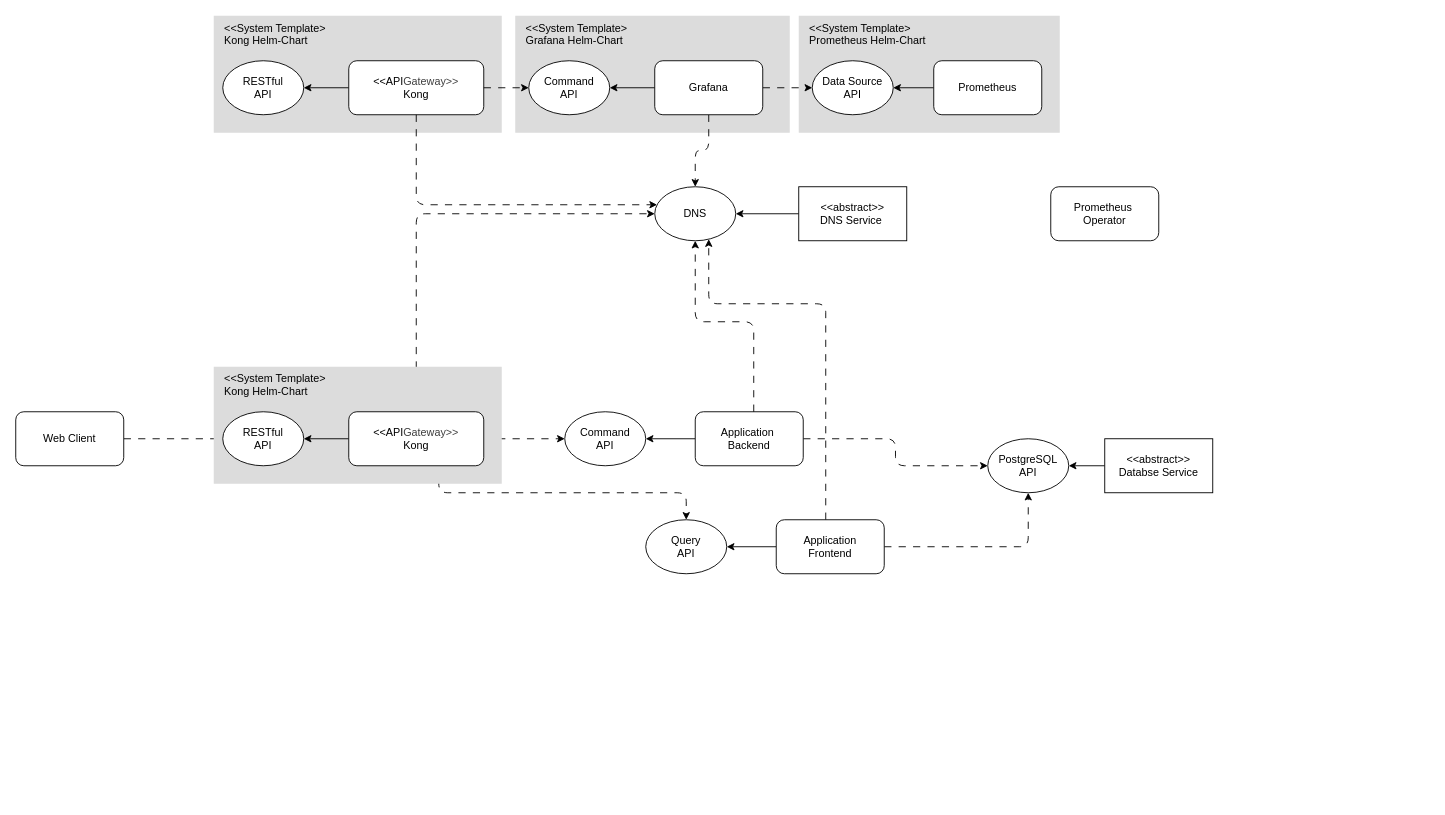
Before: page "p1 complex system (Instance View)" (5 of 6) of content/docs/model/images/model-entities.drawio in emeland-io/book, a draw.io diagram. Source tidied: cells renumbered, new cells numbered last; positions are measured from the earlier drawing's top-left corner, leaving out a move shared by most shapes. Both pictures are drawn from the tidied source at 90%, with x=0, y=0 at pixel (15, 15).
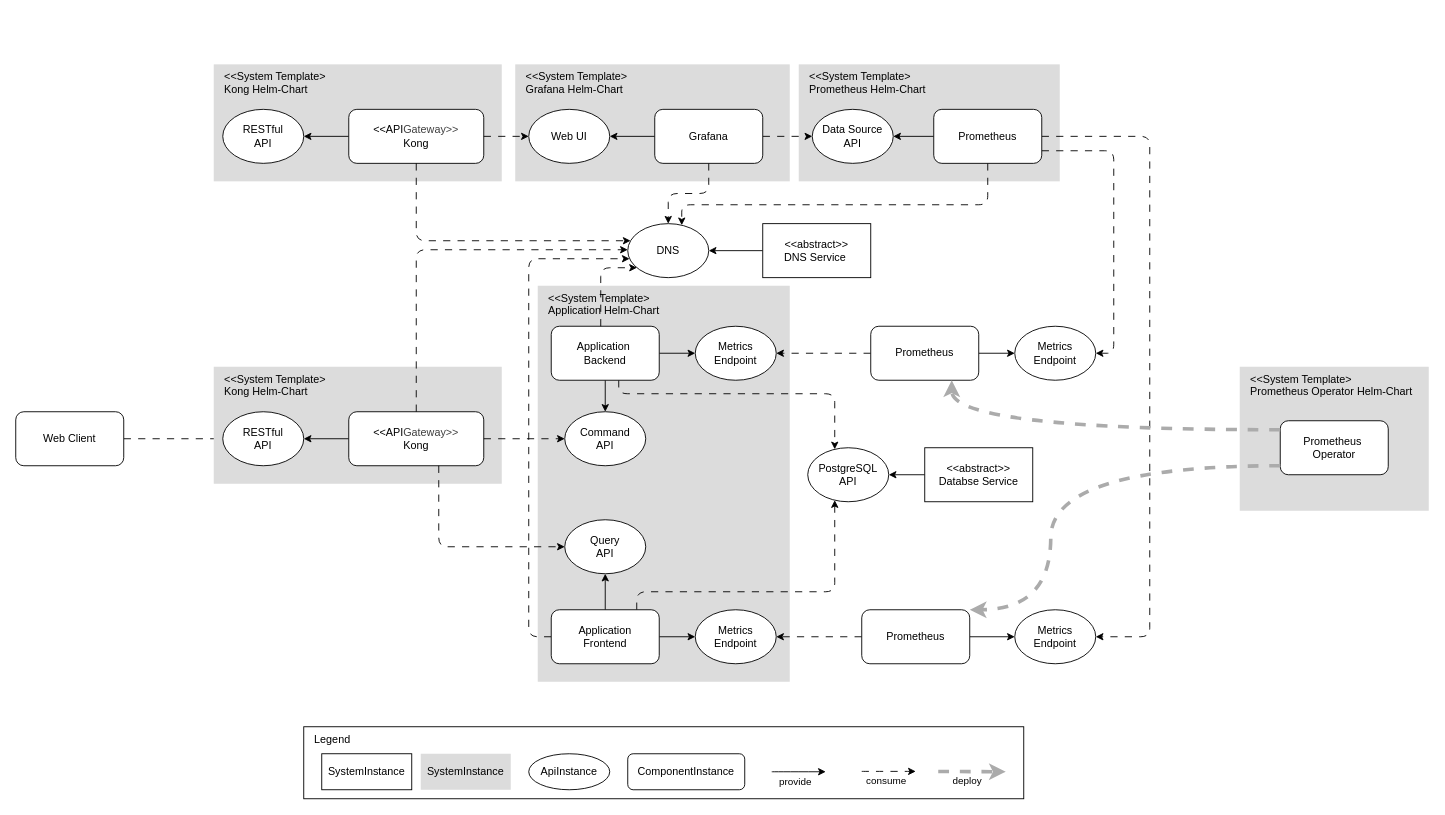
After the change.

Commit message:
start work on digramm of complex system

The change refers to these unchanged cells:
```xml
<mxCell id="18" value="Command&lt;div&gt;API&lt;/div&gt;" style="ellipse;whiteSpace=wrap;html=1;" parent="1" vertex="1">
  <mxGeometry x="610" y="440" width="90" height="60" as="geometry" />
</mxCell>
<mxCell id="31" value="&amp;lt;&amp;lt;API&lt;span style=&quot;color: rgb(63, 63, 63); background-color: transparent;&quot;&gt;Gateway&amp;gt;&amp;gt;&lt;/span&gt;&lt;div&gt;Kong&lt;/div&gt;" style="rounded=1;whiteSpace=wrap;html=1;" parent="28" vertex="1">
  <mxGeometry x="150" y="50" width="150" height="60" as="geometry" />
</mxCell>
<mxCell id="36" value="&amp;lt;&amp;lt;API&lt;span style=&quot;color: rgb(63, 63, 63); background-color: transparent;&quot;&gt;Gateway&amp;gt;&amp;gt;&lt;/span&gt;&lt;div&gt;Kong&lt;/div&gt;" style="rounded=1;whiteSpace=wrap;html=1;" parent="33" vertex="1">
  <mxGeometry x="150" y="50" width="150" height="60" as="geometry" />
</mxCell>
```

What changed in the source:
```diff
@@
+    <mxCell id="46" value="Legend" style="rounded=0;whiteSpace=wrap;html=1;align=left;verticalAlign=top;spacingLeft=10;" parent="1" vertex="1">
+      <mxGeometry x="320" y="790" width="800" height="80" as="geometry" />
+    </mxCell>
+    <mxCell id="47" value="&amp;lt;&amp;lt;System Template&amp;gt;&lt;br&gt;Application Helm-Chart" style="rounded=0;whiteSpace=wrap;html=1;align=left;verticalAlign=top;fillColor=#DCDCDC;gradientColor=none;strokeColor=none;spacingLeft=10;" parent="1" vertex="1">
+      <mxGeometry x="580" y="300" width="280" height="440" as="geometry" />
+    </mxCell>
     <mxCell id="2" value="&amp;lt;&amp;lt;System Template&amp;gt;&lt;br&gt;Prometheus Helm-Chart" style="rounded=0;whiteSpace=wrap;html=1;align=left;verticalAlign=top;fillColor=#DCDCDC;gradientColor=none;strokeColor=none;spacingLeft=10;" parent="1" vertex="1">
-      <mxGeometry x="870" width="290" height="130" as="geometry" />
+      <mxGeometry x="870" y="54" width="290" height="130" as="geometry" />
     </mxCell>
     <mxCell id="3" value="&amp;lt;&amp;lt;System Template&amp;gt;&lt;br&gt;Grafana Helm-Chart" style="rounded=0;whiteSpace=wrap;html=1;align=left;verticalAlign=top;fillColor=#DCDCDC;gradientColor=none;strokeColor=none;spacingLeft=10;" parent="1" vertex="1">
-      <mxGeometry x="555" width="305" height="130" as="geometry" />
+      <mxGeometry x="555" y="54" width="305" height="130" as="geometry" />
     </mxCell>
@@
     <mxCell id="5" value="&amp;lt;&amp;lt;abstract&amp;gt;&amp;gt;&lt;div&gt;DNS Service&amp;nbsp;&lt;/div&gt;" style="rounded=0;whiteSpace=wrap;html=1;" parent="1" vertex="1">
-      <mxGeometry x="870" y="190" width="120" height="60" as="geometry" />
+      <mxGeometry x="830" y="231" width="120" height="60" as="geometry" />
     </mxCell>
@@
+    <mxCell id="48" style="edgeStyle=orthogonalEdgeStyle;html=1;dashed=1;dashPattern=8 8;" parent="1" edge="1" source="7" target="22">
+      <mxGeometry relative="1" as="geometry">
+        <Array as="points">
+          <mxPoint x="1080" y="210" />
+          <mxPoint x="740" y="210" />
+        </Array>
+      </mxGeometry>
+    </mxCell>
+    <mxCell id="49" style="edgeStyle=orthogonalEdgeStyle;html=1;dashed=1;dashPattern=8 8;" parent="1" edge="1" source="7" target="61">
+      <mxGeometry relative="1" as="geometry">
+        <Array as="points">
+          <mxPoint x="1220" y="150" />
+          <mxPoint x="1220" y="375" />
+        </Array>
+      </mxGeometry>
+    </mxCell>
+    <mxCell id="50" style="edgeStyle=orthogonalEdgeStyle;html=1;dashed=1;dashPattern=8 8;" parent="1" edge="1" source="7" target="62">
+      <mxGeometry relative="1" as="geometry">
+        <Array as="points">
+          <mxPoint x="1260" y="134" />
+          <mxPoint x="1260" y="690" />
+        </Array>
+      </mxGeometry>
+    </mxCell>
     <mxCell id="7" value="Prometheus" style="rounded=1;whiteSpace=wrap;html=1;" parent="1" vertex="1">
-      <mxGeometry x="1020" y="50" width="120" height="60" as="geometry" />
+      <mxGeometry x="1020" y="104" width="120" height="60" as="geometry" />
     </mxCell>
@@
     <mxCell id="9" style="edgeStyle=orthogonalEdgeStyle;html=1;dashed=1;dashPattern=8 8;jumpStyle=gap;jumpSize=12;" parent="1" edge="1" source="10" target="44">
-      <mxGeometry relative="1" as="geometry" />
+      <mxGeometry relative="1" as="geometry">
+        <Array as="points">
+          <mxPoint x="670" y="420" />
+          <mxPoint x="910" y="420" />
+        </Array>
+      </mxGeometry>
     </mxCell>
+    <mxCell id="51" style="edgeStyle=orthogonalEdgeStyle;html=1;" parent="1" edge="1" source="10" target="54">
+      <mxGeometry relative="1" as="geometry">
+        <Array as="points">
+          <mxPoint x="760" y="360" />
+          <mxPoint x="760" y="360" />
+        </Array>
+      </mxGeometry>
+    </mxCell>
     <mxCell id="10" value="Application&amp;nbsp;&lt;div&gt;Backend&lt;/div&gt;" style="rounded=1;whiteSpace=wrap;html=1;" parent="1" vertex="1">
-      <mxGeometry x="755" y="440" width="120" height="60" as="geometry" />
+      <mxGeometry x="595" y="345" width="120" height="60" as="geometry" />
     </mxCell>
-    <mxCell id="11" style="edgeStyle=none;html=1;" parent="1" edge="1" source="14" target="21">
+    <mxCell id="11" style="edgeStyle=orthogonalEdgeStyle;html=1;" parent="1" edge="1" source="14" target="21">
       <mxGeometry relative="1" as="geometry" />
     </mxCell>
     <mxCell id="12" style="edgeStyle=orthogonalEdgeStyle;html=1;dashed=1;dashPattern=8 8;jumpSize=12;" parent="1" edge="1" source="14" target="22">
       <mxGeometry relative="1" as="geometry">
         <Array as="points">
-          <mxPoint x="900" y="320" />
-          <mxPoint x="770" y="320" />
+          <mxPoint x="570" y="690" />
+          <mxPoint x="570" y="270" />
         </Array>
       </mxGeometry>
     </mxCell>
     <mxCell id="13" style="edgeStyle=orthogonalEdgeStyle;html=1;dashed=1;dashPattern=8 8;jumpStyle=gap;jumpSize=12;" parent="1" edge="1" source="14" target="44">
-      <mxGeometry relative="1" as="geometry" />
+      <mxGeometry relative="1" as="geometry">
+        <Array as="points">
+          <mxPoint x="690" y="640" />
+          <mxPoint x="910" y="640" />
+        </Array>
+      </mxGeometry>
     </mxCell>
+    <mxCell id="52" style="edgeStyle=orthogonalEdgeStyle;html=1;" parent="1" edge="1" source="14" target="53">
+      <mxGeometry relative="1" as="geometry" />
+    </mxCell>
     <mxCell id="14" value="Application&lt;div&gt;Frontend&lt;/div&gt;" style="rounded=1;whiteSpace=wrap;html=1;" parent="1" vertex="1">
-      <mxGeometry x="845" y="560" width="120" height="60" as="geometry" />
+      <mxGeometry x="595" y="660" width="120" height="60" as="geometry" />
     </mxCell>
-    <mxCell id="15" style="edgeStyle=orthogonalEdgeStyle;html=1;dashed=1;dashPattern=8 8;" parent="1" edge="1" source="31" target="18">
-      <mxGeometry relative="1" as="geometry" />
-    </mxCell>
-    <mxCell id="16" style="html=1;dashed=1;dashPattern=8 8;edgeStyle=orthogonalEdgeStyle;" parent="1" edge="1" source="31" target="21">
-      <mxGeometry relative="1" as="geometry">
-        <Array as="points">
-          <mxPoint x="470" y="530" />
-          <mxPoint x="745" y="530" />
-        </Array>
-      </mxGeometry>
-    </mxCell>
-    <mxCell id="17" style="edgeStyle=orthogonalEdgeStyle;html=1;dashed=1;dashPattern=8 8;" parent="1" edge="1" source="31" target="22">
-      <mxGeometry relative="1" as="geometry">
-        <Array as="points">
-          <mxPoint x="445" y="220" />
-        </Array>
-      </mxGeometry>
-    </mxCell>
@@
     <mxCell id="21" value="Query&lt;br&gt;&lt;div&gt;API&lt;/div&gt;" style="ellipse;whiteSpace=wrap;html=1;" parent="1" vertex="1">
-      <mxGeometry x="700" y="560" width="90" height="60" as="geometry" />
+      <mxGeometry x="610" y="560" width="90" height="60" as="geometry" />
     </mxCell>
     <mxCell id="22" value="DNS" style="ellipse;whiteSpace=wrap;html=1;" parent="1" vertex="1">
-      <mxGeometry x="710" y="190" width="90" height="60" as="geometry" />
+      <mxGeometry x="680" y="231" width="90" height="60" as="geometry" />
     </mxCell>
     <mxCell id="23" style="edgeStyle=orthogonalEdgeStyle;html=1;jumpStyle=gap;dashed=1;dashPattern=8 8;jumpSize=12;" parent="1" edge="1" source="10" target="22">
       <mxGeometry relative="1" as="geometry">
         <Array as="points">
-          <mxPoint x="820" y="340" />
-          <mxPoint x="755" y="340" />
+          <mxPoint x="650" y="280" />
         </Array>
       </mxGeometry>
     </mxCell>
@@
     <mxCell id="27" value="Grafana" style="rounded=1;whiteSpace=wrap;html=1;" parent="1" vertex="1">
-      <mxGeometry x="710" y="50" width="120" height="60" as="geometry" />
+      <mxGeometry x="710" y="104" width="120" height="60" as="geometry" />
     </mxCell>
@@
     <mxCell id="33" style="group;" parent="1" vertex="1">
-      <mxGeometry x="220" width="320" height="130" as="geometry" />
+      <mxGeometry x="220" y="54" width="320" height="130" as="geometry" />
     </mxCell>
@@
     <mxCell id="38" value="Data Source&lt;div&gt;API&lt;/div&gt;" style="ellipse;whiteSpace=wrap;html=1;" parent="1" vertex="1">
-      <mxGeometry x="885" y="50" width="90" height="60" as="geometry" />
+      <mxGeometry x="885" y="104" width="90" height="60" as="geometry" />
     </mxCell>
-    <mxCell id="39" value="Command&lt;div&gt;API&lt;/div&gt;" style="ellipse;whiteSpace=wrap;html=1;" parent="1" vertex="1">
-      <mxGeometry x="570" y="50" width="90" height="60" as="geometry" />
+    <mxCell id="39" value="Web UI" style="ellipse;whiteSpace=wrap;html=1;" parent="1" vertex="1">
+      <mxGeometry x="570" y="104" width="90" height="60" as="geometry" />
     </mxCell>
@@
     <mxCell id="41" style="edgeStyle=orthogonalEdgeStyle;html=1;dashed=1;dashPattern=8 8;" parent="1" edge="1" source="36" target="22">
       <mxGeometry relative="1" as="geometry">
         <Array as="points">
-          <mxPoint x="445" y="210" />
+          <mxPoint x="445" y="250" />
         </Array>
       </mxGeometry>
     </mxCell>
@@
     <mxCell id="43" value="&amp;lt;&amp;lt;abstract&amp;gt;&amp;gt;&lt;div&gt;Databse Service&lt;/div&gt;" style="rounded=0;whiteSpace=wrap;html=1;" parent="1" vertex="1">
-      <mxGeometry x="1210" y="470" width="120" height="60" as="geometry" />
+      <mxGeometry x="1010" y="480" width="120" height="60" as="geometry" />
     </mxCell>
     <mxCell id="44" value="PostgreSQL&lt;div&gt;API&lt;/div&gt;" style="ellipse;whiteSpace=wrap;html=1;" parent="1" vertex="1">
-      <mxGeometry x="1080" y="470" width="90" height="60" as="geometry" />
+      <mxGeometry x="880" y="480" width="90" height="60" as="geometry" />
     </mxCell>
+    <mxCell id="53" value="Metrics&lt;div&gt;Endpoint&lt;/div&gt;" style="ellipse;whiteSpace=wrap;html=1;" parent="1" vertex="1">
+      <mxGeometry x="755" y="660" width="90" height="60" as="geometry" />
+    </mxCell>
+    <mxCell id="54" value="Metrics&lt;div&gt;Endpoint&lt;/div&gt;" style="ellipse;whiteSpace=wrap;html=1;" parent="1" vertex="1">
+      <mxGeometry x="755" y="345" width="90" height="60" as="geometry" />
+    </mxCell>
+    <mxCell id="16" style="html=1;dashed=1;dashPattern=8 8;edgeStyle=orthogonalEdgeStyle;" parent="1" edge="1" source="31" target="21">
+      <mxGeometry relative="1" as="geometry">
+        <Array as="points">
+          <mxPoint x="470" y="590" />
+        </Array>
+      </mxGeometry>
+    </mxCell>
+    <mxCell id="17" style="edgeStyle=orthogonalEdgeStyle;html=1;dashed=1;dashPattern=8 8;" parent="1" edge="1" source="31" target="22">
+      <mxGeometry relative="1" as="geometry">
+        <Array as="points">
+          <mxPoint x="445" y="260" />
+        </Array>
+      </mxGeometry>
+    </mxCell>
+    <mxCell id="15" style="edgeStyle=orthogonalEdgeStyle;html=1;dashed=1;dashPattern=8 8;" parent="1" edge="1" source="31" target="18">
+      <mxGeometry relative="1" as="geometry" />
+    </mxCell>
+    <mxCell id="55" style="edgeStyle=orthogonalEdgeStyle;html=1;dashed=1;dashPattern=8 8;" parent="1" edge="1" source="57" target="54">
+      <mxGeometry relative="1" as="geometry" />
+    </mxCell>
+    <mxCell id="56" style="edgeStyle=none;html=1;" parent="1" edge="1" source="57" target="61">
+      <mxGeometry relative="1" as="geometry" />
+    </mxCell>
+    <mxCell id="57" value="Prometheus" style="rounded=1;whiteSpace=wrap;html=1;" parent="1" vertex="1">
+      <mxGeometry x="950" y="345" width="120" height="60" as="geometry" />
+    </mxCell>
+    <mxCell id="58" style="edgeStyle=orthogonalEdgeStyle;html=1;dashed=1;dashPattern=8 8;" parent="1" edge="1" source="60" target="53">
+      <mxGeometry relative="1" as="geometry" />
+    </mxCell>
+    <mxCell id="59" style="edgeStyle=none;html=1;" parent="1" edge="1" source="60" target="62">
+      <mxGeometry relative="1" as="geometry" />
+    </mxCell>
+    <mxCell id="60" value="Prometheus" style="rounded=1;whiteSpace=wrap;html=1;" parent="1" vertex="1">
+      <mxGeometry x="940" y="660" width="120" height="60" as="geometry" />
+    </mxCell>
+    <mxCell id="61" value="Metrics&lt;div&gt;Endpoint&lt;/div&gt;" style="ellipse;whiteSpace=wrap;html=1;" parent="1" vertex="1">
+      <mxGeometry x="1110" y="345" width="90" height="60" as="geometry" />
+    </mxCell>
+    <mxCell id="62" value="Metrics&lt;div&gt;Endpoint&lt;/div&gt;" style="ellipse;whiteSpace=wrap;html=1;" parent="1" vertex="1">
+      <mxGeometry x="1110" y="660" width="90" height="60" as="geometry" />
+    </mxCell>
+    <mxCell id="63" style="group;" parent="1" vertex="1">
+      <mxGeometry x="1360" y="390" width="210" height="160" as="geometry" />
+    </mxCell>
+    <mxCell id="64" value="&amp;lt;&amp;lt;System Template&amp;gt;&lt;br&gt;Prometheus Operator Helm-Chart" style="rounded=0;whiteSpace=wrap;html=1;align=left;verticalAlign=top;fillColor=#DCDCDC;gradientColor=none;strokeColor=none;spacingLeft=10;" parent="63" vertex="1">
+      <mxGeometry width="210" height="160" as="geometry" />
+    </mxCell>
-    <mxCell id="45" value="Prometheus&amp;nbsp;&lt;div&gt;Operator&lt;/div&gt;" style="rounded=1;whiteSpace=wrap;html=1;" parent="1" vertex="1">
-      <mxGeometry x="1150" y="190" width="120" height="60" as="geometry" />
+    <mxCell id="45" value="Prometheus&amp;nbsp;&lt;div&gt;Operator&lt;/div&gt;" style="rounded=1;whiteSpace=wrap;html=1;" parent="63" vertex="1">
+      <mxGeometry x="45" y="60" width="120" height="60" as="geometry" />
     </mxCell>
+    <mxCell id="65" style="edgeStyle=orthogonalEdgeStyle;curved=1;html=1;dashed=1;strokeWidth=4;strokeColor=#ABABAB;" parent="1" edge="1" source="45" target="57">
+      <mxGeometry relative="1" as="geometry">
+        <Array as="points">
+          <mxPoint x="1040" y="460" />
+        </Array>
+      </mxGeometry>
+    </mxCell>
+    <mxCell id="66" style="edgeStyle=orthogonalEdgeStyle;curved=1;html=1;dashed=1;strokeWidth=4;strokeColor=#ABABAB;" parent="1" edge="1" source="45" target="60">
+      <mxGeometry relative="1" as="geometry">
+        <Array as="points">
+          <mxPoint x="1150" y="500" />
+          <mxPoint x="1150" y="660" />
+        </Array>
+      </mxGeometry>
+    </mxCell>
+    <mxCell id="67" value="&lt;div&gt;ApiInstance&lt;/div&gt;" style="ellipse;whiteSpace=wrap;html=1;" parent="1" vertex="1">
+      <mxGeometry x="570" y="820" width="90" height="40" as="geometry" />
+    </mxCell>
+    <mxCell id="68" value="ComponentInstance" style="rounded=1;whiteSpace=wrap;html=1;" parent="1" vertex="1">
+      <mxGeometry x="680" y="820" width="130" height="40" as="geometry" />
+    </mxCell>
+    <mxCell id="69" value="SystemInstance" style="rounded=0;whiteSpace=wrap;html=1;" parent="1" vertex="1">
+      <mxGeometry x="340" y="820" width="100" height="40" as="geometry" />
+    </mxCell>
+    <mxCell id="70" style="endArrow=classic;html=1;curved=1;" parent="1" edge="1">
+      <mxGeometry relative="1" as="geometry">
+        <mxPoint x="840" y="840" as="sourcePoint" />
+        <mxPoint x="900" y="840" as="targetPoint" />
+      </mxGeometry>
+    </mxCell>
+    <mxCell id="71" value="provide" style="edgeLabel;html=1;align=center;verticalAlign=middle;" parent="70" vertex="1">
+      <mxGeometry x="-0.24" y="-2" relative="1" as="geometry">
+        <mxPoint x="2" y="8" as="offset" />
+      </mxGeometry>
+    </mxCell>
+    <mxCell id="72" style="endArrow=classic;html=1;curved=1;dashed=1;dashPattern=8 8;" parent="1" edge="1">
+      <mxGeometry relative="1" as="geometry">
+        <mxPoint x="940" y="839.6" as="sourcePoint" />
+        <mxPoint x="1000" y="839.6" as="targetPoint" />
+      </mxGeometry>
+    </mxCell>
+    <mxCell id="73" value="consume" style="edgeLabel;html=1;align=center;verticalAlign=middle;" parent="72" vertex="1">
+      <mxGeometry x="-0.24" y="-2" relative="1" as="geometry">
+        <mxPoint x="3" y="8" as="offset" />
+      </mxGeometry>
+    </mxCell>
+    <mxCell id="74" style="html=1;dashed=1;strokeWidth=4;strokeColor=#ABABAB;" parent="1" edge="1">
+      <mxGeometry relative="1" as="geometry">
+        <mxPoint x="1025" y="839.7" as="sourcePoint" />
+        <mxPoint x="1100" y="840" as="targetPoint" />
+      </mxGeometry>
+    </mxCell>
+    <mxCell id="75" value="deploy" style="edgeLabel;html=1;align=center;verticalAlign=middle;" parent="74" vertex="1">
+      <mxGeometry x="-0.17" y="1" relative="1" as="geometry">
+        <mxPoint y="11" as="offset" />
+      </mxGeometry>
+    </mxCell>
+    <mxCell id="76" value="SystemInstance" style="rounded=0;whiteSpace=wrap;html=1;align=center;verticalAlign=middle;fillColor=#DCDCDC;gradientColor=none;strokeColor=none;spacingLeft=0;" parent="1" vertex="1">
+      <mxGeometry x="450" y="820" width="100" height="40" as="geometry" />
+    </mxCell>
```
